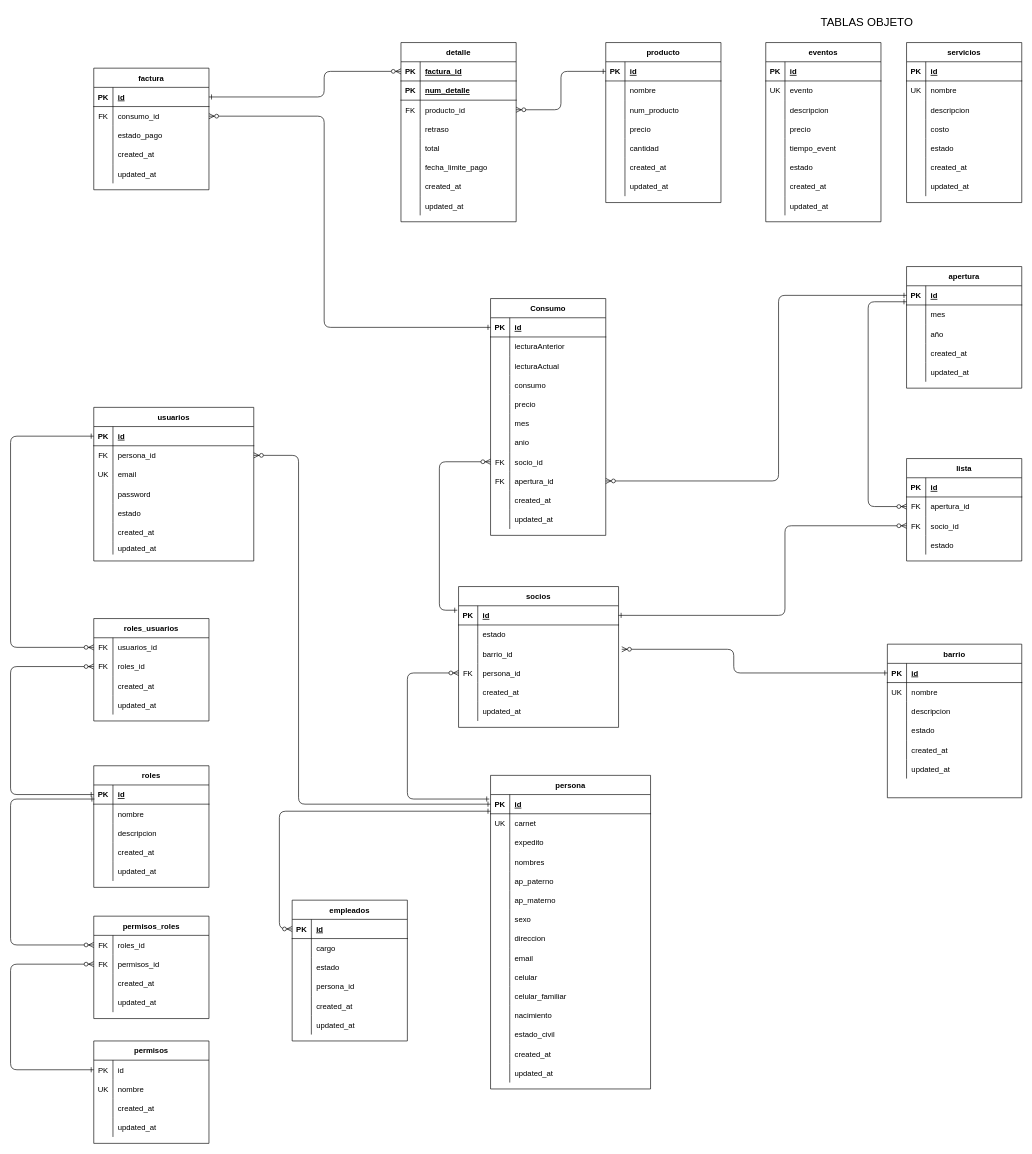
Before: AguaPotable/aguapotable.drawio in DavidSalinasPoma/backendaguapotable, a draw.io diagram. Source tidied: cells renumbered, new cells numbered last; positions are measured from the earlier drawing's top-left corner, leaving out a move shared by most shapes. Both pictures are drawn from the tidied source at 64%, with x=0, y=0 at pixel (-35, 10).
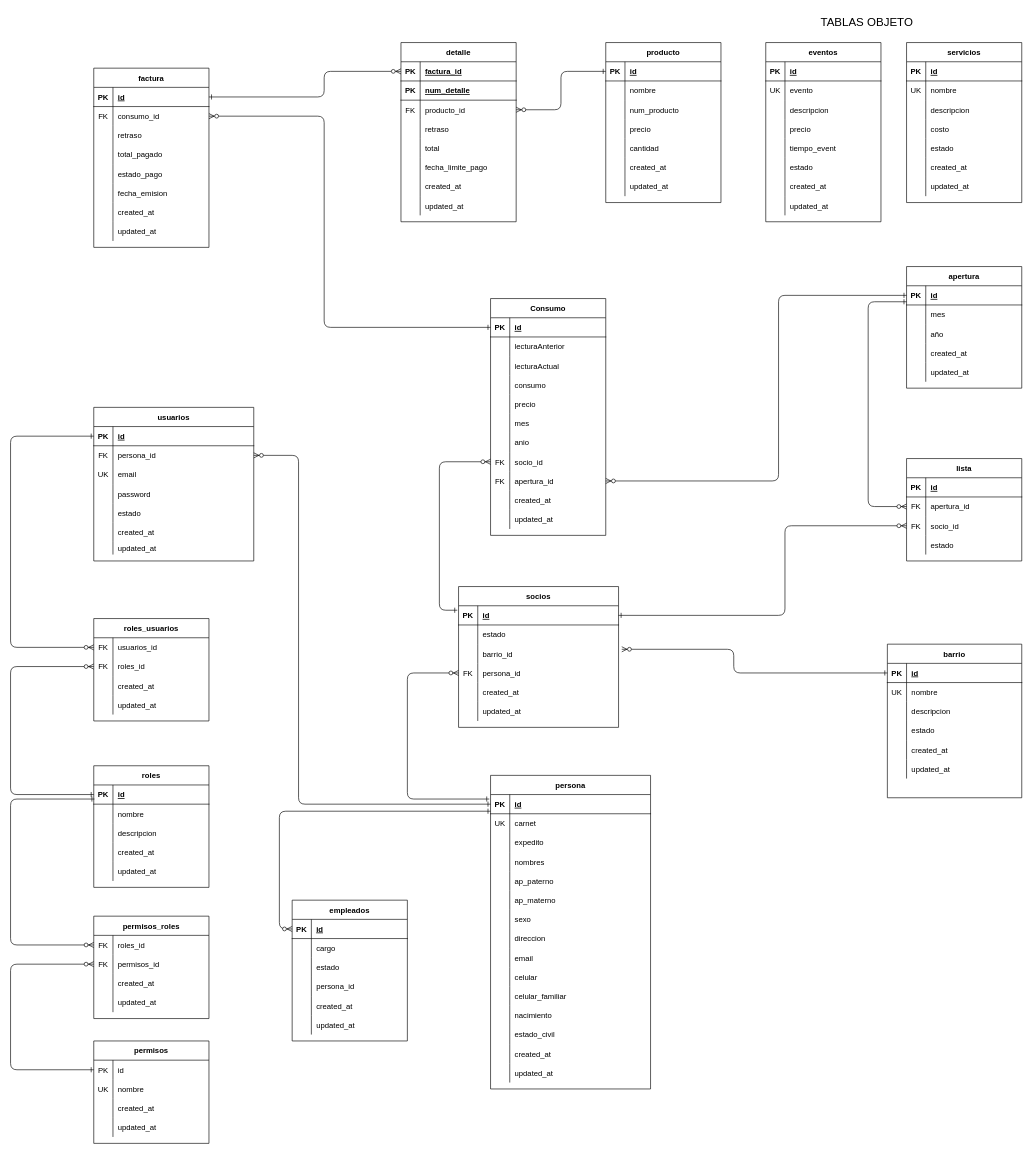
After the change.

Change to the diagram source:
```diff
@@
     <mxCell id="246" value="factura" style="shape=table;startSize=30;childLayout=tableLayout;rowLines=0;fontStyle=1;align=center;" parent="1" vertex="1">
-      <mxGeometry x="200" y="90" width="180" height="190" as="geometry" />
+      <mxGeometry x="200" y="90" width="180" height="280" as="geometry" />
     </mxCell>
@@
+    <mxCell id="371" style="shape=partialRectangle;fillColor=none;top=0;left=0;bottom=0;right=0;" parent="246" vertex="1">
+      <mxGeometry y="90" width="180" height="30" as="geometry" />
+    </mxCell>
+    <mxCell id="372" style="shape=partialRectangle;fillColor=none;top=0;left=0;bottom=0;right=0;overflow=hidden;" parent="371" vertex="1">
+      <mxGeometry width="30" height="30" as="geometry" />
+    </mxCell>
+    <mxCell id="373" value="retraso" style="shape=partialRectangle;fillColor=none;top=0;left=0;bottom=0;right=0;align=left;spacingLeft=6;overflow=hidden;" parent="371" vertex="1">
+      <mxGeometry x="30" width="150" height="30" as="geometry" />
+    </mxCell>
+    <mxCell id="374" style="shape=partialRectangle;fillColor=none;top=0;left=0;bottom=0;right=0;" parent="246" vertex="1">
+      <mxGeometry y="120" width="180" height="30" as="geometry" />
+    </mxCell>
+    <mxCell id="375" style="shape=partialRectangle;fillColor=none;top=0;left=0;bottom=0;right=0;overflow=hidden;" parent="374" vertex="1">
+      <mxGeometry width="30" height="30" as="geometry" />
+    </mxCell>
+    <mxCell id="376" value="total_pagado" style="shape=partialRectangle;fillColor=none;top=0;left=0;bottom=0;right=0;align=left;spacingLeft=6;overflow=hidden;" parent="374" vertex="1">
+      <mxGeometry x="30" width="150" height="30" as="geometry" />
+    </mxCell>
     <mxCell id="253" style="shape=partialRectangle;fillColor=none;top=0;left=0;bottom=0;right=0;" parent="246" vertex="1">
-      <mxGeometry y="90" width="180" height="30" as="geometry" />
+      <mxGeometry y="150" width="180" height="30" as="geometry" />
     </mxCell>
@@
+    <mxCell id="377" style="shape=partialRectangle;fillColor=none;top=0;left=0;bottom=0;right=0;" parent="246" vertex="1">
+      <mxGeometry y="180" width="180" height="30" as="geometry" />
+    </mxCell>
+    <mxCell id="378" style="shape=partialRectangle;fillColor=none;top=0;left=0;bottom=0;right=0;overflow=hidden;" parent="377" vertex="1">
+      <mxGeometry width="30" height="30" as="geometry" />
+    </mxCell>
+    <mxCell id="379" value="fecha_emision" style="shape=partialRectangle;fillColor=none;top=0;left=0;bottom=0;right=0;align=left;spacingLeft=6;overflow=hidden;" parent="377" vertex="1">
+      <mxGeometry x="30" width="150" height="30" as="geometry" />
+    </mxCell>
     <mxCell id="256" style="shape=partialRectangle;fillColor=none;top=0;left=0;bottom=0;right=0;" parent="246" vertex="1">
-      <mxGeometry y="120" width="180" height="30" as="geometry" />
+      <mxGeometry y="210" width="180" height="30" as="geometry" />
     </mxCell>
@@
     <mxCell id="259" style="shape=partialRectangle;fillColor=none;top=0;left=0;bottom=0;right=0;" parent="246" vertex="1">
-      <mxGeometry y="150" width="180" height="30" as="geometry" />
+      <mxGeometry y="240" width="180" height="30" as="geometry" />
     </mxCell>
```
